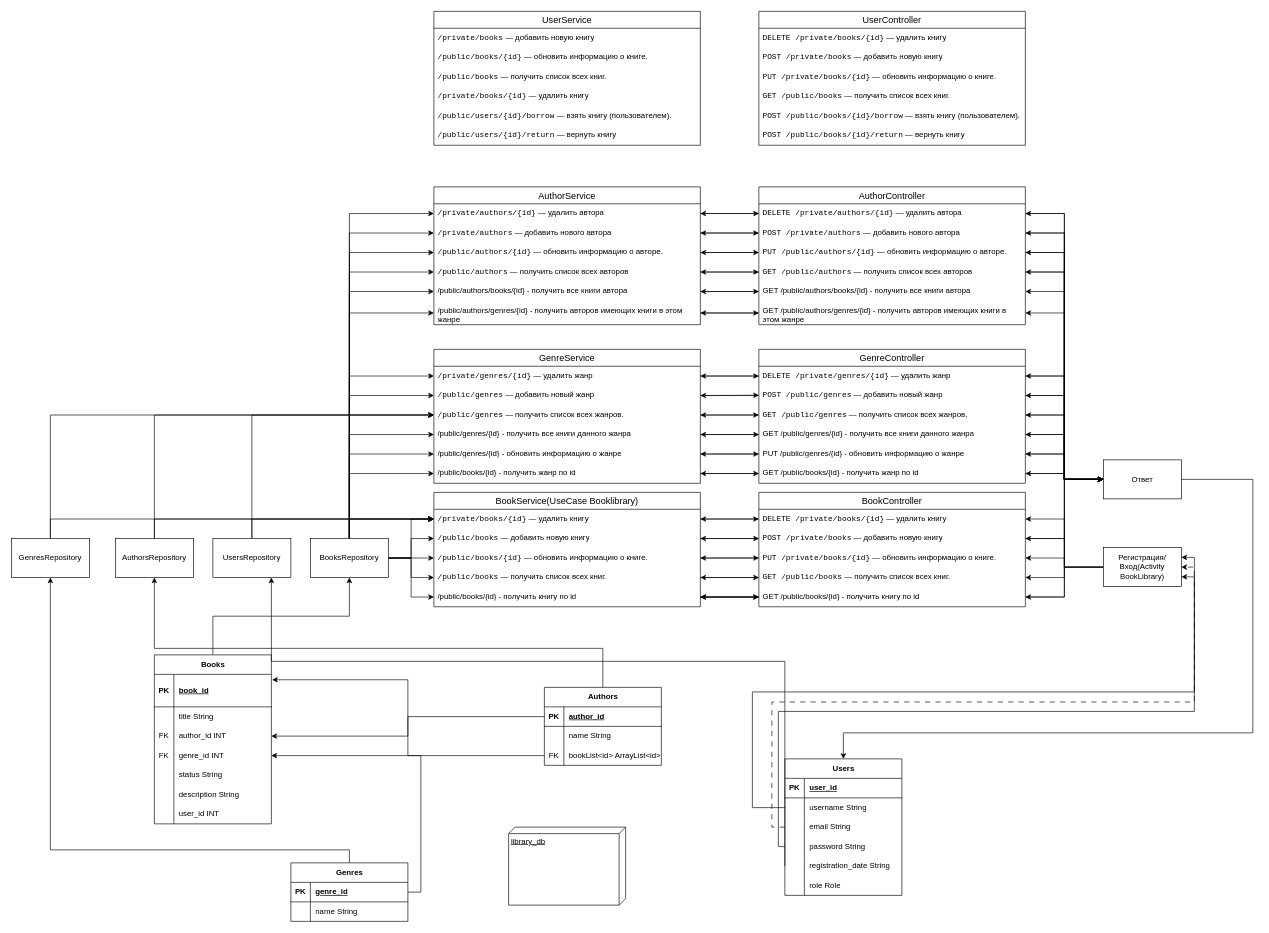
Cryptic901/Test keeps this draw.io diagram as page "ER BookLibrary" (1 of 3) of src/main/resources/static/BookLibrary.drawio. Above is the earlier version. Source tidied: cells renumbered, new cells numbered last; positions are measured from the earlier drawing's top-left corner, leaving out a move shared by most shapes. Both pictures are drawn from the tidied source at 65%, with x=0, y=0 at pixel (11, 11).
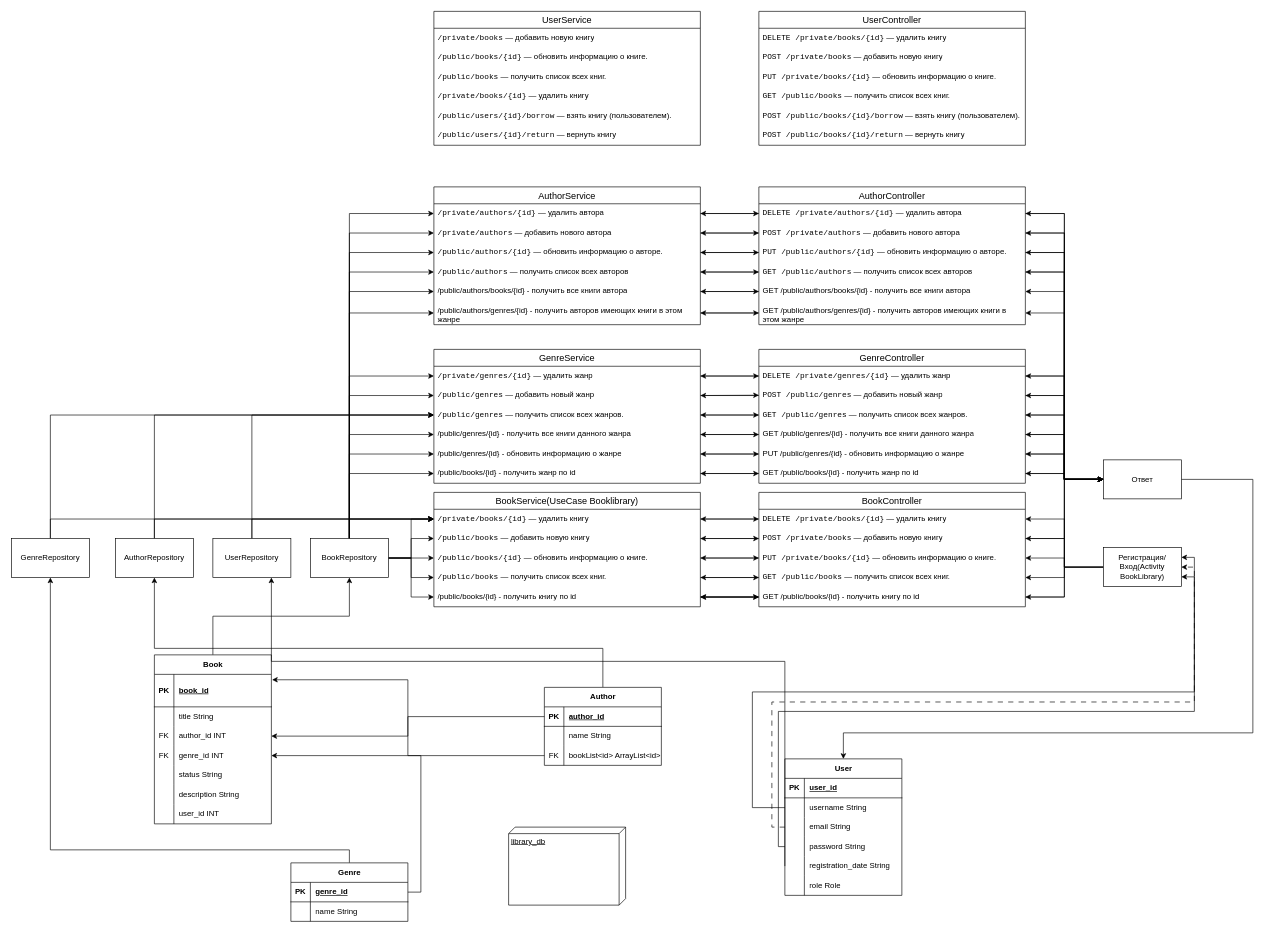
The same page after the edit.

Change to the diagram source:
```diff
@@
-    <mxCell id="3" value="Books" style="shape=table;startSize=30;childLayout=tableLayout;rowLines=0;fontStyle=1;align=center;html=1;" parent="1" vertex="1">
+    <mxCell id="3" value="Book" style="shape=table;startSize=30;childLayout=tableLayout;rowLines=0;fontStyle=1;align=center;html=1;" parent="1" vertex="1">
       <mxGeometry x="220" y="990" width="180" height="260" as="geometry" />
     </mxCell>
@@
-    <mxCell id="26" value="Authors" style="shape=table;startSize=30;childLayout=tableLayout;rowLines=0;fontStyle=1;align=center;html=1;" parent="1" vertex="1">
+    <mxCell id="26" value="Author" style="shape=table;startSize=30;childLayout=tableLayout;rowLines=0;fontStyle=1;align=center;html=1;" parent="1" vertex="1">
       <mxGeometry x="820" y="1040" width="180" height="120" as="geometry" />
     </mxCell>
@@
-    <mxCell id="37" value="Genres" style="shape=table;startSize=30;childLayout=tableLayout;rowLines=0;fontStyle=1;align=center;html=1;" parent="1" vertex="1">
+    <mxCell id="37" value="Genre" style="shape=table;startSize=30;childLayout=tableLayout;rowLines=0;fontStyle=1;align=center;html=1;" parent="1" vertex="1">
       <mxGeometry x="430" y="1310" width="180" height="90" as="geometry" />
     </mxCell>
@@
-    <mxCell id="44" value="Users" style="shape=table;startSize=30;childLayout=tableLayout;rowLines=0;fontStyle=1;align=center;html=1;" parent="1" vertex="1">
+    <mxCell id="44" value="User" style="shape=table;startSize=30;childLayout=tableLayout;rowLines=0;fontStyle=1;align=center;html=1;" parent="1" vertex="1">
       <mxGeometry x="1190" y="1150" width="180" height="210" as="geometry" />
     </mxCell>
@@
-    <mxCell id="114" value="BooksRepository" style="rounded=0;whiteSpace=wrap;html=1;" parent="1" vertex="1">
+    <mxCell id="114" value="BookRepository" style="rounded=0;whiteSpace=wrap;html=1;" parent="1" vertex="1">
       <mxGeometry x="460" y="811" width="120" height="60" as="geometry" />
     </mxCell>
@@
-    <mxCell id="133" value="UsersRepository" style="rounded=0;whiteSpace=wrap;html=1;" parent="1" vertex="1">
+    <mxCell id="133" value="UserRepository" style="rounded=0;whiteSpace=wrap;html=1;" parent="1" vertex="1">
       <mxGeometry x="310" y="811" width="120" height="60" as="geometry" />
     </mxCell>
@@
-    <mxCell id="136" value="AuthorsRepository" style="rounded=0;whiteSpace=wrap;html=1;" parent="1" vertex="1">
+    <mxCell id="136" value="AuthorRepository" style="rounded=0;whiteSpace=wrap;html=1;" parent="1" vertex="1">
       <mxGeometry x="160" y="811" width="120" height="60" as="geometry" />
     </mxCell>
@@
-    <mxCell id="139" value="GenresRepository" style="rounded=0;whiteSpace=wrap;html=1;" parent="1" vertex="1">
+    <mxCell id="139" value="GenreRepository" style="rounded=0;whiteSpace=wrap;html=1;" parent="1" vertex="1">
       <mxGeometry y="811" width="120" height="60" as="geometry" />
     </mxCell>
```
